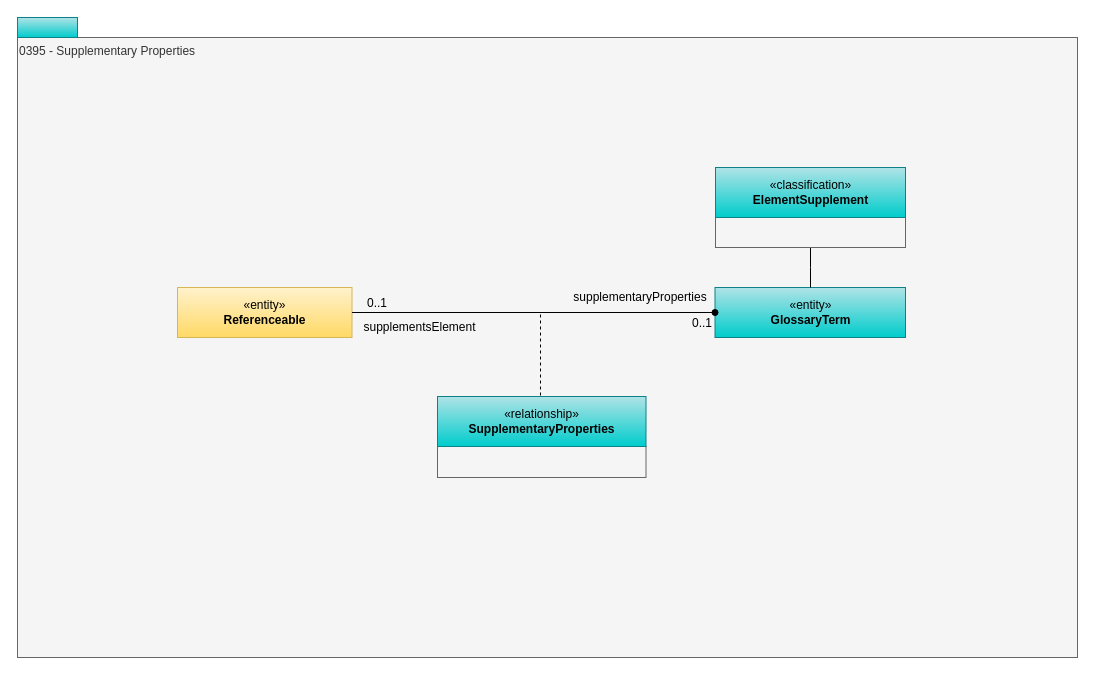
odpi/egeria-docs keeps this draw.io diagram as page "0395-Supplementary-Properties" (11 of 11) of site/docs/types/3/area-3-glossary.drawio. Above is the earlier version. Source tidied: cells renumbered, new cells numbered last; positions are measured from the earlier drawing's top-left corner, leaving out a move shared by most shapes. Both pictures are drawn from the tidied source at 100%, with x=0, y=0 at pixel (17, 17).
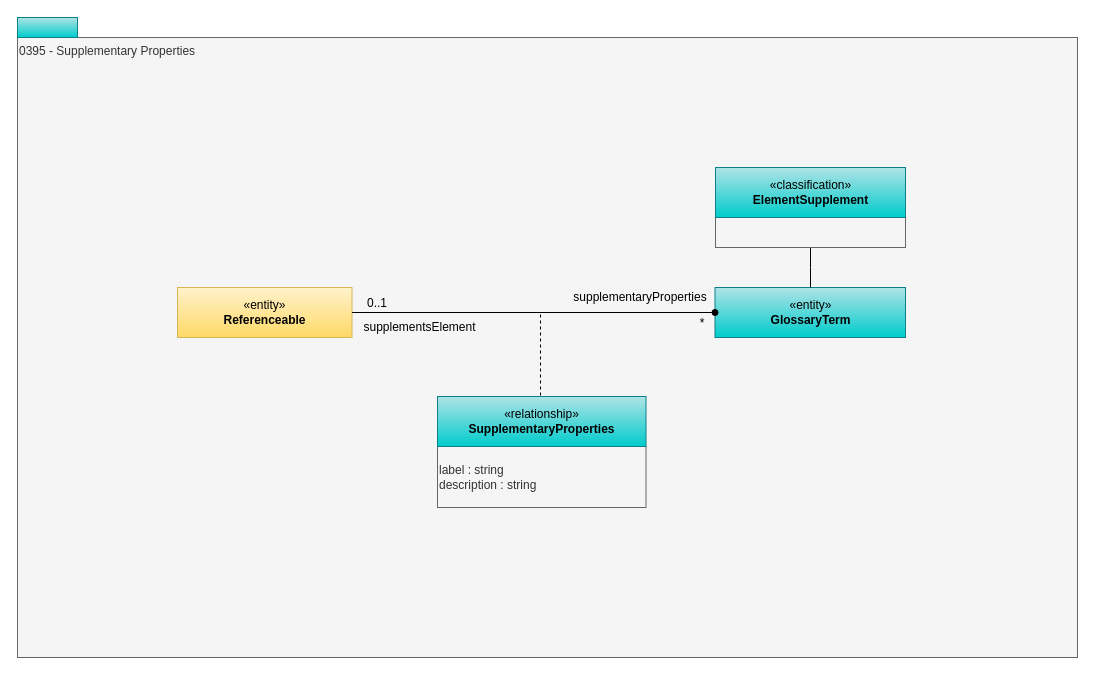
Above is the later version.

What changed in the source:
```diff
@@
 <mxGraphModel>
   <root>
     <mxCell id="0" />
     <mxCell id="1" parent="0" />
     <mxCell id="2" value="0395 - Supplementary Properties" style="rounded=0;whiteSpace=wrap;html=1;align=left;verticalAlign=top;fillColor=#f5f5f5;fontColor=#333333;strokeColor=#666666;" parent="1" vertex="1">
       <mxGeometry y="20" width="1060" height="620" as="geometry" />
     </mxCell>
     <mxCell id="3" style="rounded=0;whiteSpace=wrap;html=1;align=left;fillColor=#b0e3e6;strokeColor=#0e8088;gradientColor=#00CCCC;" parent="1" vertex="1">
       <mxGeometry width="60" height="20" as="geometry" />
     </mxCell>
     <mxCell id="4" value="«entity»&lt;br&gt;&lt;b&gt;Referenceable&lt;/b&gt;" style="html=1;strokeColor=#d6b656;align=center;fillColor=#fff2cc;gradientColor=#ffd966;" parent="1" vertex="1">
       <mxGeometry x="160" y="270" width="174.5" height="50" as="geometry" />
     </mxCell>
-    <mxCell id="5" value="0..1" style="text;html=1;strokeColor=none;fillColor=none;align=center;verticalAlign=middle;whiteSpace=wrap;rounded=0;" parent="1" vertex="1">
+    <mxCell id="5" value="*" style="text;html=1;strokeColor=none;fillColor=none;align=center;verticalAlign=middle;whiteSpace=wrap;rounded=0;" parent="1" vertex="1">
       <mxGeometry x="671.5" y="297" width="26" height="18" as="geometry" />
     </mxCell>
     <mxCell id="6" style="endArrow=none;dashed=1;html=1;" parent="1" edge="1">
       <mxGeometry relative="1" as="geometry">
         <mxPoint x="523" y="297" as="sourcePoint" />
         <mxPoint x="523" y="378" as="targetPoint" />
       </mxGeometry>
     </mxCell>
-    <mxCell id="7" style="rounded=0;whiteSpace=wrap;html=1;strokeColor=#666666;align=left;fillColor=#f5f5f5;fontColor=#333333;" parent="1" vertex="1">
-      <mxGeometry x="420" y="429" width="208.5" height="31" as="geometry" />
+    <mxCell id="7" value="label : string&lt;div&gt;description : string&lt;/div&gt;" style="rounded=0;whiteSpace=wrap;html=1;strokeColor=#666666;align=left;fillColor=#f5f5f5;fontColor=#333333;" parent="1" vertex="1">
+      <mxGeometry x="420" y="429" width="208.5" height="61" as="geometry" />
     </mxCell>
     <mxCell id="8" value="supplementaryProperties" style="text;html=1;strokeColor=none;fillColor=none;align=center;verticalAlign=middle;whiteSpace=wrap;rounded=0;" parent="1" vertex="1">
       <mxGeometry x="560" y="270" width="126" height="20" as="geometry" />
     </mxCell>
     <mxCell id="9" value="supplementsElement" style="text;html=1;strokeColor=none;fillColor=none;align=center;verticalAlign=middle;whiteSpace=wrap;rounded=0;" parent="1" vertex="1">
       <mxGeometry x="334.5" y="300" width="135" height="20" as="geometry" />
     </mxCell>
     <mxCell id="10" value="0..1" style="text;html=1;strokeColor=none;fillColor=none;align=center;verticalAlign=middle;whiteSpace=wrap;rounded=0;" parent="1" vertex="1">
       <mxGeometry x="347" y="277" width="26" height="18" as="geometry" />
     </mxCell>
     <mxCell id="11" value="«entity»&lt;br&gt;&lt;b&gt;GlossaryTerm&lt;/b&gt;" style="html=1;strokeColor=#0e8088;align=center;fillColor=#b0e3e6;gradientColor=#00CCCC;" parent="1" vertex="1">
       <mxGeometry x="697.5" y="270" width="190.5" height="50" as="geometry" />
     </mxCell>
     <mxCell id="12" value="«relationship»&lt;br&gt;&lt;b&gt;SupplementaryProperties&lt;/b&gt;" style="html=1;strokeColor=#0e8088;align=center;fillColor=#b0e3e6;gradientColor=#00CCCC;" parent="1" vertex="1">
       <mxGeometry x="420" y="379" width="208.5" height="50" as="geometry" />
     </mxCell>
     <mxCell id="13" style="edgeStyle=orthogonalEdgeStyle;rounded=0;jettySize=auto;html=1;exitX=0.5;exitY=1;exitDx=0;exitDy=0;endArrow=none;endFill=0;" parent="1" edge="1" source="14">
       <mxGeometry relative="1" as="geometry">
         <mxPoint x="793" y="270" as="targetPoint" />
       </mxGeometry>
     </mxCell>
     <mxCell id="14" value="&lt;br&gt;&lt;div style=&quot;text-align: left&quot;&gt;&lt;/div&gt;" style="rounded=0;whiteSpace=wrap;html=1;strokeColor=#666666;align=left;fillColor=#f5f5f5;fontColor=#333333;" parent="1" vertex="1">
       <mxGeometry x="698" y="200" width="190" height="30" as="geometry" />
     </mxCell>
     <mxCell id="15" value="«classification»&lt;br&gt;&lt;b&gt;ElementSupplement&lt;/b&gt;" style="html=1;strokeColor=#0e8088;align=center;fillColor=#b0e3e6;gradientColor=#00CCCC;" parent="1" vertex="1">
       <mxGeometry x="698" y="150" width="190" height="50" as="geometry" />
     </mxCell>
     <mxCell id="16" style="edgeStyle=orthogonalEdgeStyle;rounded=0;html=1;entryX=0;entryY=0.5;jettySize=auto;endArrow=oval;endFill=1;entryDx=0;entryDy=0;" parent="1" edge="1" source="4" target="11">
       <mxGeometry relative="1" as="geometry" />
     </mxCell>
   </root>
 </mxGraphModel>
```
